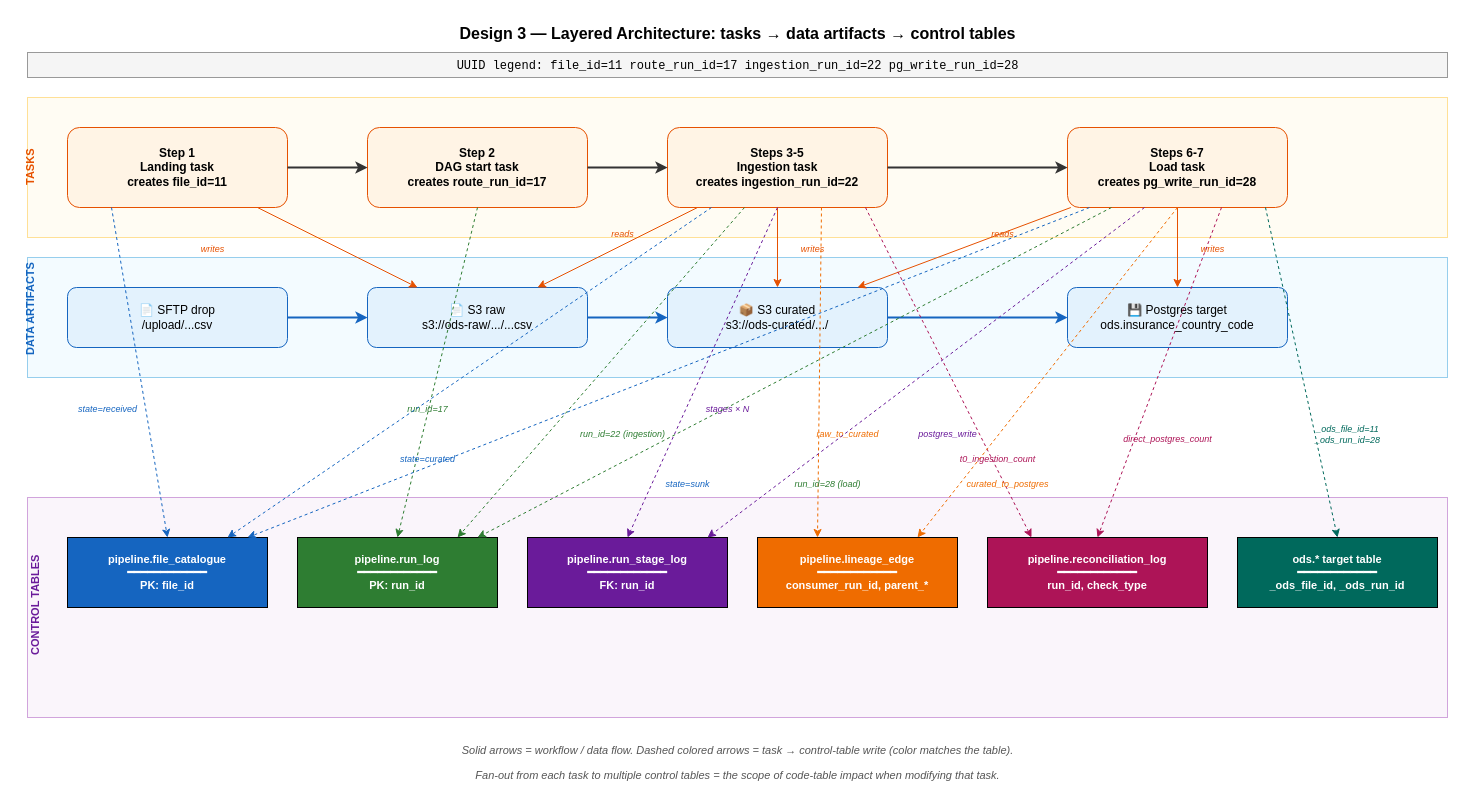
Earlier version of the draw.io diagram docs/dev-guides/control-tables-design3-layered.drawio (holdersav20001/ods). Source tidied: cells renumbered, new cells numbered last; positions are measured from the earlier drawing's top-left corner, leaving out a move shared by most shapes. Both pictures are drawn from the tidied source at 100%, with x=0, y=0 at pixel (-18, 17).
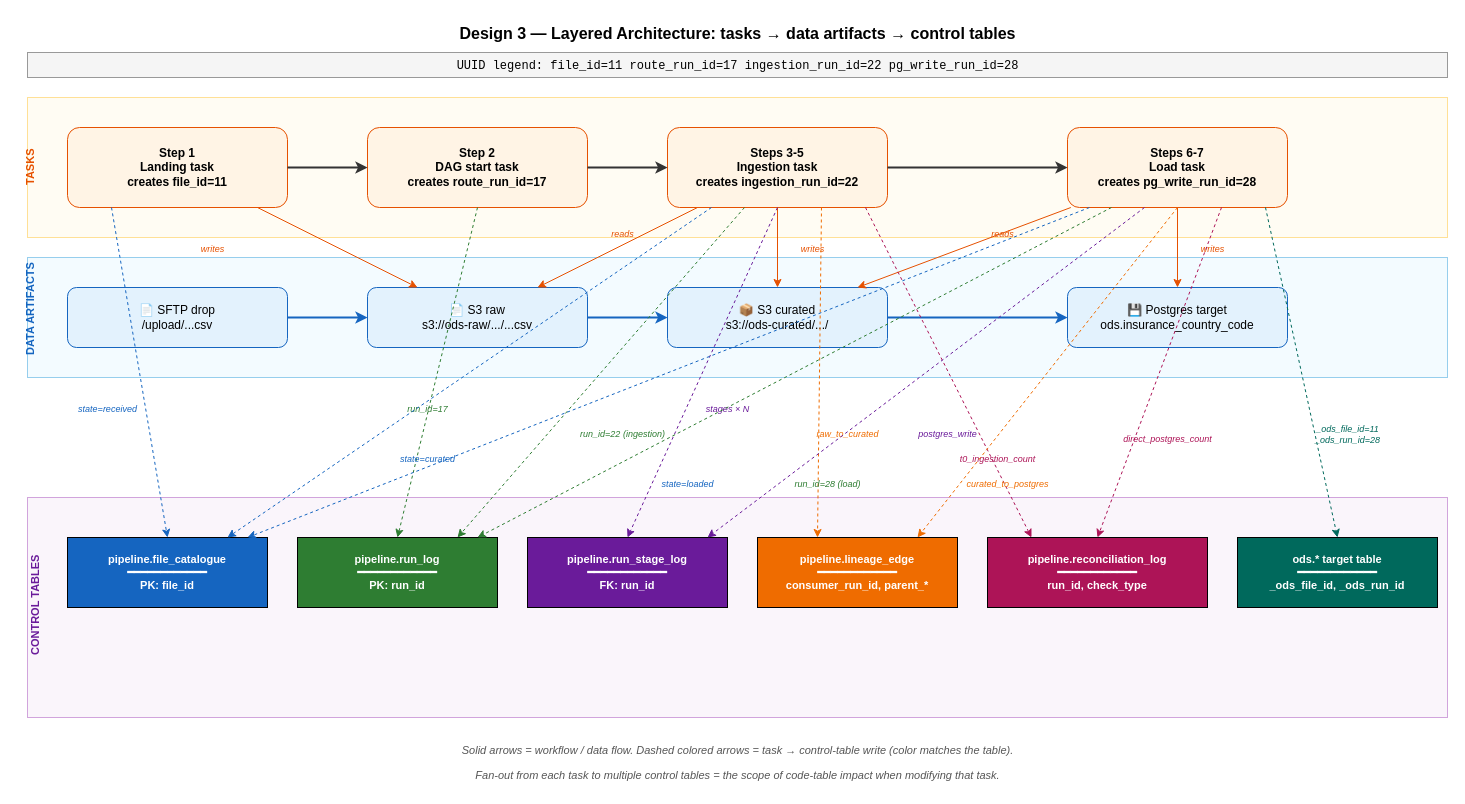
The same page after the edit.

Diff of the diagram source:
```diff
@@
-    <mxCell id="55" value="state=sunk" style="text;html=1;align=center;fontSize=9;fontColor=#1565C0;fontStyle=2;" parent="1" vertex="1">
+    <mxCell id="55" value="state=loaded" style="text;html=1;align=center;fontSize=9;fontColor=#1565C0;fontStyle=2;" parent="1" vertex="1">
       <mxGeometry x="655" y="455" width="100" height="15" as="geometry" />
     </mxCell>
```
